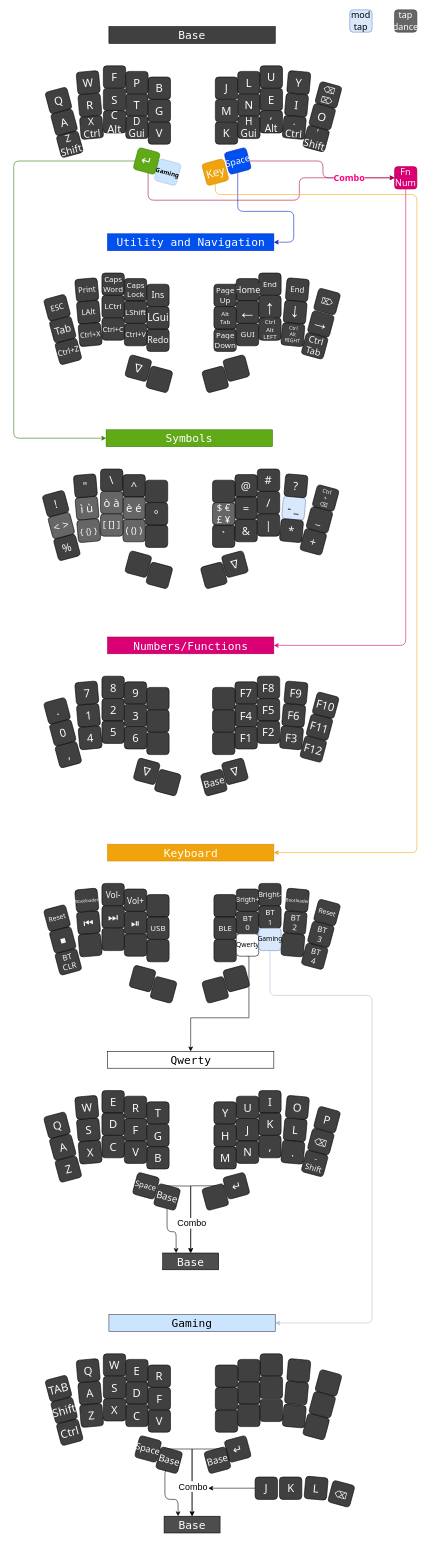
Above: Cotechino.drawio in fractalysid/Cotechino_Keyboard_Layout (draw.io), before the change. Source tidied: cells renumbered, new cells numbered last; positions are measured from the earlier drawing's top-left corner, leaving out a move shared by most shapes. Both pictures are drawn from the tidied source at 56%, with x=0, y=0 at pixel (13, 10).
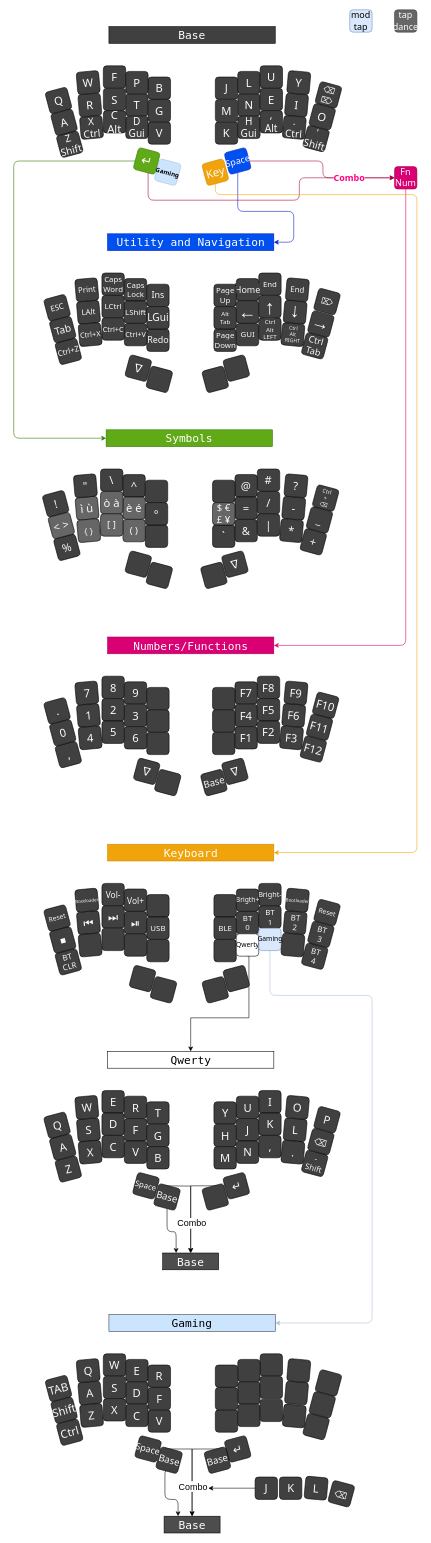
After the change.

Commit message (it also covers changes not shown here):
Simplified tap-dances

- Larger tapping term
- Removed third dance

Diff of the diagram source:
```diff
@@
-    <mxCell id="76" value="&lt;span style=&quot;font-size: 17px;&quot;&gt;( () )&lt;/span&gt;" style="rounded=1;whiteSpace=wrap;html=1;fontSize=17;fillColor=#666666;fontFamily=Tahoma;fontColor=#FFFFFF;labelBackgroundColor=none;labelBorderColor=none;" parent="1" vertex="1">
+    <mxCell id="76" value="&lt;span style=&quot;font-size: 17px;&quot;&gt;( )&lt;/span&gt;" style="rounded=1;whiteSpace=wrap;html=1;fontSize=17;fillColor=#666666;fontFamily=Tahoma;fontColor=#FFFFFF;labelBackgroundColor=none;labelBorderColor=none;" parent="1" vertex="1">
       <mxGeometry x="195" y="910" width="40" height="40" as="geometry" />
     </mxCell>
-    <mxCell id="77" value="&lt;span style=&quot;color: rgb(250, 250, 250); font-family: Tahoma; font-size: 17px; font-style: normal; font-variant-ligatures: normal; font-variant-caps: normal; font-weight: 400; letter-spacing: normal; orphans: 2; text-align: center; text-indent: 0px; text-transform: none; widows: 2; word-spacing: 0px; -webkit-text-stroke-width: 0px; text-decoration-thickness: initial; text-decoration-style: initial; text-decoration-color: initial; float: none; display: inline !important;&quot;&gt;[ [] ]&lt;/span&gt;" style="rounded=1;whiteSpace=wrap;html=1;fontSize=17;fillColor=#666666;fontFamily=Tahoma;fontColor=#FAFAFA;labelBorderColor=none;labelBackgroundColor=none;" parent="1" vertex="1">
+    <mxCell id="77" value="[ ]" style="rounded=1;whiteSpace=wrap;html=1;fontSize=17;fillColor=#666666;fontFamily=Tahoma;fontColor=#FAFAFA;labelBorderColor=none;labelBackgroundColor=none;" parent="1" vertex="1">
       <mxGeometry x="155" y="900" width="40" height="40" as="geometry" />
     </mxCell>
-    <mxCell id="78" value="{ {} }" style="rounded=1;whiteSpace=wrap;html=1;fontSize=15;fillColor=#666666;fontFamily=Tahoma;fontColor=#FAFAFA;rotation=355;" parent="1" vertex="1">
+    <mxCell id="78" value="{ }" style="rounded=1;whiteSpace=wrap;html=1;fontSize=15;fillColor=#666666;fontFamily=Tahoma;fontColor=#FAFAFA;rotation=355;" parent="1" vertex="1">
       <mxGeometry x="114" y="910" width="40" height="40" as="geometry" />
     </mxCell>
@@
-    <mxCell id="82" value="- _" style="rounded=1;whiteSpace=wrap;html=1;fontSize=20;fillColor=#dae8fc;fontFamily=Tahoma;rotation=5;flipV=0;flipH=0;direction=east;strokeColor=#6c8ebf;" parent="1" vertex="1">
+    <mxCell id="82" value="-" style="rounded=1;whiteSpace=wrap;html=1;fontSize=20;fillColor=#404040;fontFamily=Tahoma;rotation=5;flipV=0;flipH=0;direction=east;strokeColor=#000000;fontColor=#FFFFFF;" parent="1" vertex="1">
       <mxGeometry x="480" y="870" width="40" height="40" as="geometry" />
     </mxCell>
```
